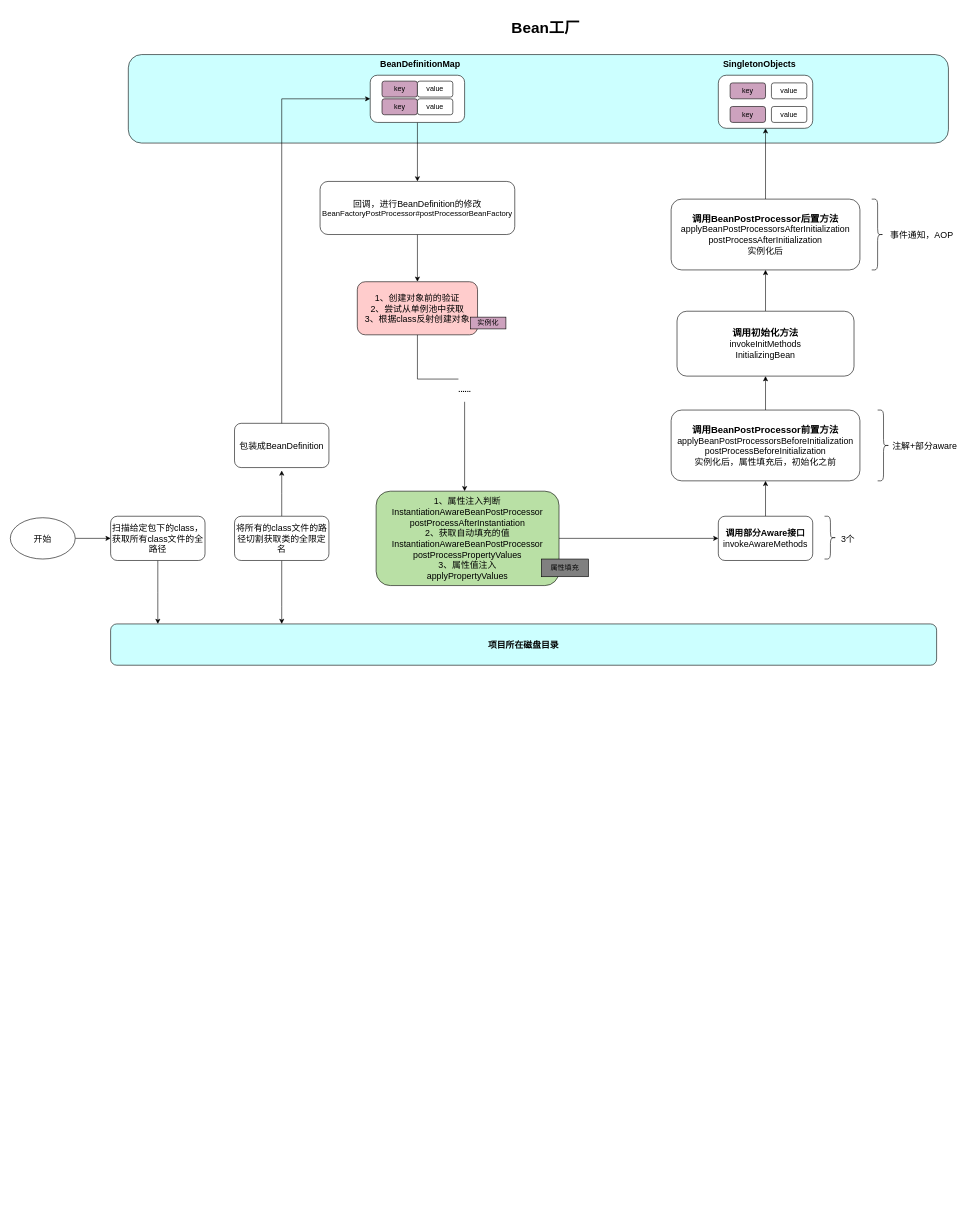
likuisuper/diagrams keeps this draw.io diagram as spring/bean的生命周期.drawio. Above is the earlier version. Source tidied: cells renumbered, new cells numbered last; positions are measured from the earlier drawing's top-left corner, leaving out a move shared by most shapes. Both pictures are drawn from the tidied source at 59%, with x=0, y=0 at pixel (10, 10).
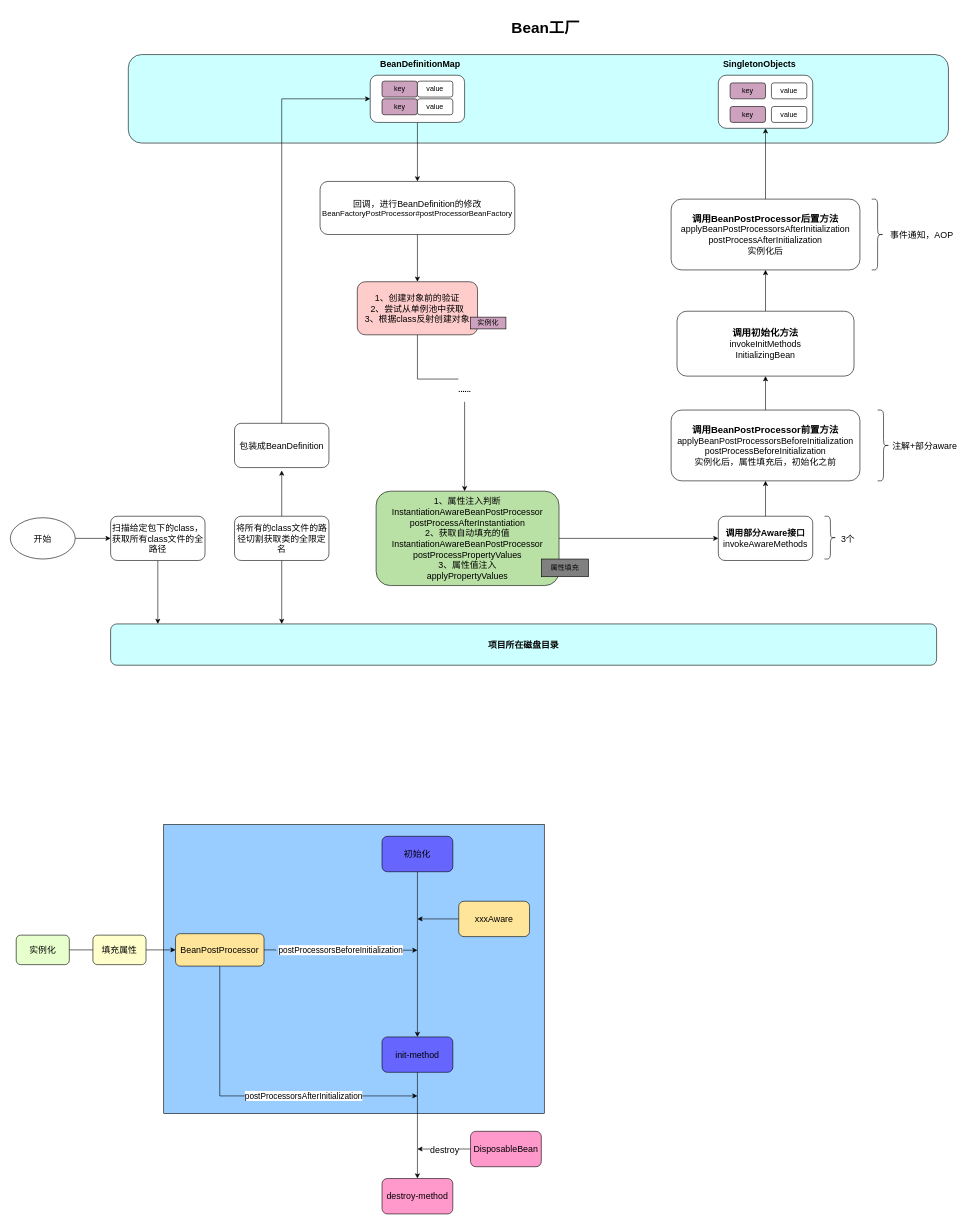
After the change.

Change to the diagram source:
```diff
@@
+    <mxCell id="49" style="edgeStyle=orthogonalEdgeStyle;rounded=0;jettySize=auto;html=1;endArrow=none;endFill=0;" parent="1" edge="1" source="50" target="68">
+      <mxGeometry relative="1" as="geometry" />
+    </mxCell>
+    <mxCell id="50" value="&lt;font style=&quot;font-size: 15px&quot;&gt;实例化&lt;/font&gt;" style="rounded=1;whiteSpace=wrap;html=1;fillColor=#E6FFCC;" parent="1" vertex="1">
+      <mxGeometry x="10" y="1567.5" width="90" height="50" as="geometry" />
+    </mxCell>
+    <mxCell id="51" style="rounded=0;whiteSpace=wrap;html=1;fillColor=#99CCFF;" parent="1" vertex="1">
+      <mxGeometry x="260" y="1380" width="645" height="490" as="geometry" />
+    </mxCell>
+    <mxCell id="52" style="edgeStyle=orthogonalEdgeStyle;rounded=0;jettySize=auto;html=1;entryX=0.5;entryY=0;entryDx=0;entryDy=0;" parent="1" edge="1" source="53" target="57">
+      <mxGeometry relative="1" as="geometry" />
+    </mxCell>
+    <mxCell id="53" value="&lt;span style=&quot;font-size: 15px&quot;&gt;初始化&lt;/span&gt;" style="rounded=1;whiteSpace=wrap;html=1;fillColor=#6666FF;" parent="1" vertex="1">
+      <mxGeometry x="630" y="1400" width="120" height="60" as="geometry" />
+    </mxCell>
+    <mxCell id="54" style="edgeStyle=orthogonalEdgeStyle;rounded=0;jettySize=auto;html=1;" parent="1" edge="1" source="55">
+      <mxGeometry relative="1" as="geometry">
+        <mxPoint x="690" y="1540" as="targetPoint" />
+      </mxGeometry>
+    </mxCell>
+    <mxCell id="55" value="&lt;span style=&quot;font-size: 15px&quot;&gt;xxxAware&lt;/span&gt;" style="rounded=1;whiteSpace=wrap;html=1;fillColor=#FFE599;" parent="1" vertex="1">
+      <mxGeometry x="760" y="1510" width="120" height="60" as="geometry" />
+    </mxCell>
+    <mxCell id="56" style="edgeStyle=orthogonalEdgeStyle;rounded=0;jettySize=auto;html=1;entryX=0.5;entryY=0;entryDx=0;entryDy=0;" parent="1" edge="1" source="57" target="65">
+      <mxGeometry relative="1" as="geometry" />
+    </mxCell>
+    <mxCell id="57" value="&lt;span style=&quot;font-size: 15px&quot;&gt;init-method&lt;/span&gt;" style="rounded=1;whiteSpace=wrap;html=1;fillColor=#6666FF;" parent="1" vertex="1">
+      <mxGeometry x="630" y="1740" width="120" height="60" as="geometry" />
+    </mxCell>
+    <mxCell id="58" style="edgeStyle=orthogonalEdgeStyle;rounded=0;orthogonalLoop=1;jettySize=auto;html=1;" parent="1" edge="1">
+      <mxGeometry relative="1" as="geometry">
+        <mxPoint x="480" y="1593" as="sourcePoint" />
+        <mxPoint x="690" y="1593" as="targetPoint" />
+      </mxGeometry>
+    </mxCell>
+    <mxCell id="59" value="&lt;font style=&quot;font-size: 14px&quot;&gt;postProcessorsBeforeInitialization&lt;/font&gt;" style="edgeLabel;html=1;align=center;verticalAlign=middle;" parent="58" vertex="1">
+      <mxGeometry x="-0.37" y="-2" relative="1" as="geometry">
+        <mxPoint x="13" y="-2.5" as="offset" />
+      </mxGeometry>
+    </mxCell>
+    <mxCell id="60" style="edgeStyle=orthogonalEdgeStyle;rounded=0;jettySize=auto;html=1;" parent="1" edge="1" source="64">
+      <mxGeometry relative="1" as="geometry">
+        <mxPoint x="690" y="1840" as="targetPoint" />
+        <Array as="points">
+          <mxPoint x="355" y="1840" />
+        </Array>
+      </mxGeometry>
+    </mxCell>
+    <mxCell id="61" value="&lt;font style=&quot;font-size: 14px&quot;&gt;postProcessorsAfterInitialization&lt;/font&gt;" style="edgeLabel;html=1;align=center;verticalAlign=middle;" parent="60" vertex="1">
+      <mxGeometry x="0.3" y="1" relative="1" as="geometry" />
+    </mxCell>
+    <mxCell id="62" style="edgeStyle=orthogonalEdgeStyle;rounded=0;jettySize=auto;html=1;endArrow=none;endFill=0;" parent="1" edge="1" source="64">
+      <mxGeometry relative="1" as="geometry">
+        <mxPoint x="450" y="1593" as="targetPoint" />
+      </mxGeometry>
+    </mxCell>
+    <mxCell id="63" style="edgeStyle=orthogonalEdgeStyle;rounded=0;jettySize=auto;html=1;entryX=1;entryY=0.5;entryDx=0;entryDy=0;endArrow=none;endFill=0;startArrow=classic;startFill=1;" parent="1" edge="1" source="64" target="68">
+      <mxGeometry relative="1" as="geometry" />
+    </mxCell>
+    <mxCell id="64" value="&lt;span style=&quot;font-size: 15px&quot;&gt;BeanPostProcessor&lt;/span&gt;" style="rounded=1;whiteSpace=wrap;html=1;fillColor=#FFE599;" parent="1" vertex="1">
+      <mxGeometry x="280" y="1565" width="150" height="55" as="geometry" />
+    </mxCell>
+    <mxCell id="65" value="&lt;span style=&quot;font-size: 15px&quot;&gt;destroy-method&lt;/span&gt;" style="rounded=1;whiteSpace=wrap;html=1;fillColor=#FF99CC;" parent="1" vertex="1">
+      <mxGeometry x="630" y="1980" width="120" height="60" as="geometry" />
+    </mxCell>
+    <mxCell id="66" value="&lt;font style=&quot;font-size: 15px&quot;&gt;destroy&lt;/font&gt;" style="edgeStyle=orthogonalEdgeStyle;rounded=0;jettySize=auto;html=1;" parent="1" edge="1" source="67">
+      <mxGeometry relative="1" as="geometry">
+        <mxPoint x="690" y="1930" as="targetPoint" />
+      </mxGeometry>
+    </mxCell>
+    <mxCell id="67" value="&lt;span style=&quot;font-size: 15px&quot;&gt;DisposableBean&lt;/span&gt;" style="rounded=1;whiteSpace=wrap;html=1;fillColor=#FF99CC;" parent="1" vertex="1">
+      <mxGeometry x="780" y="1900" width="120" height="60" as="geometry" />
+    </mxCell>
+    <mxCell id="68" value="&lt;font style=&quot;font-size: 15px&quot;&gt;填充属性&lt;/font&gt;" style="rounded=1;whiteSpace=wrap;html=1;fillColor=#FFFFCC;" parent="1" vertex="1">
+      <mxGeometry x="140" y="1567.5" width="90" height="50" as="geometry" />
+    </mxCell>
```
